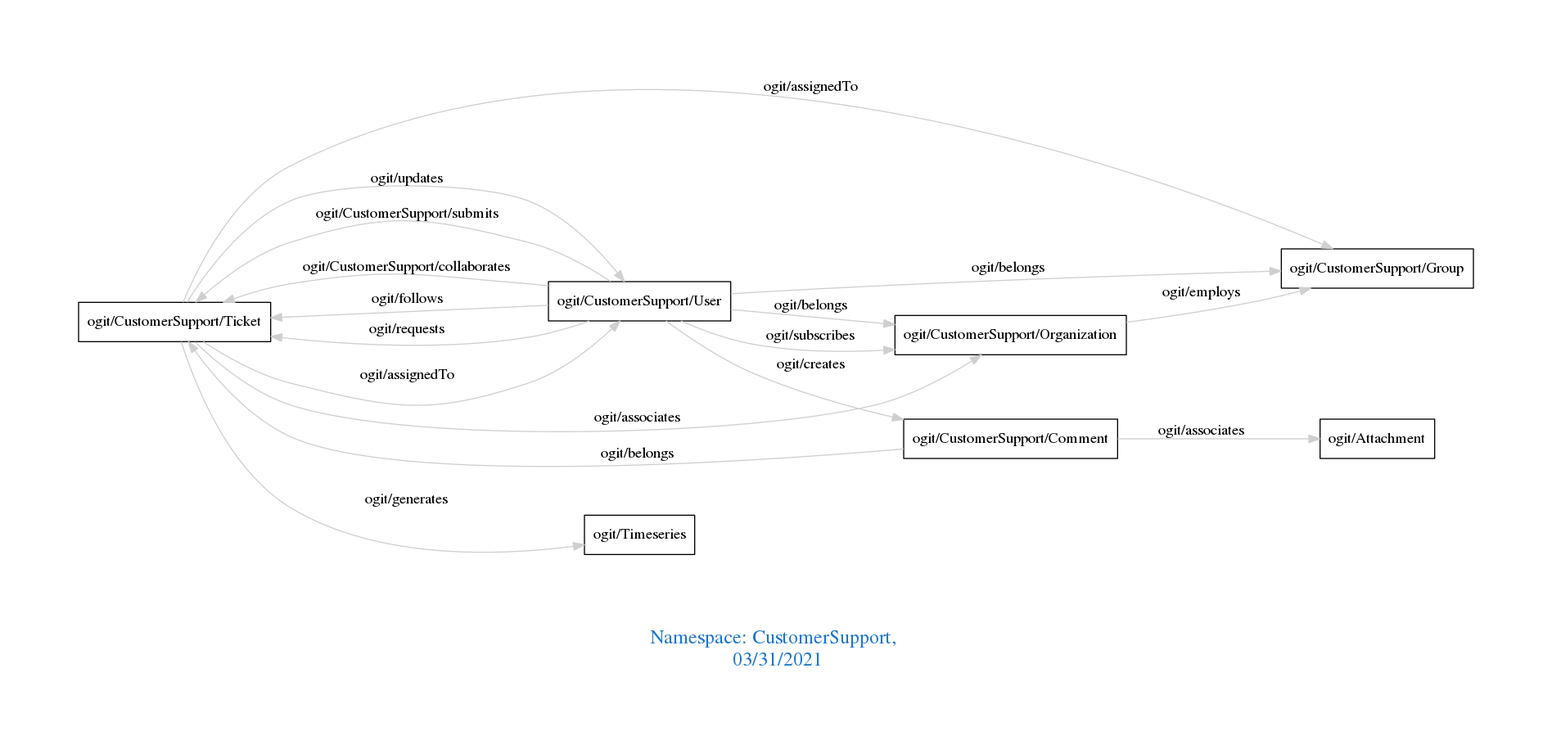
Above: downloads/CustomerSupport.png in arago/OGIT (Graphviz), before the change. Its source is kept beside it as downloads/CustomerSupport.dot.
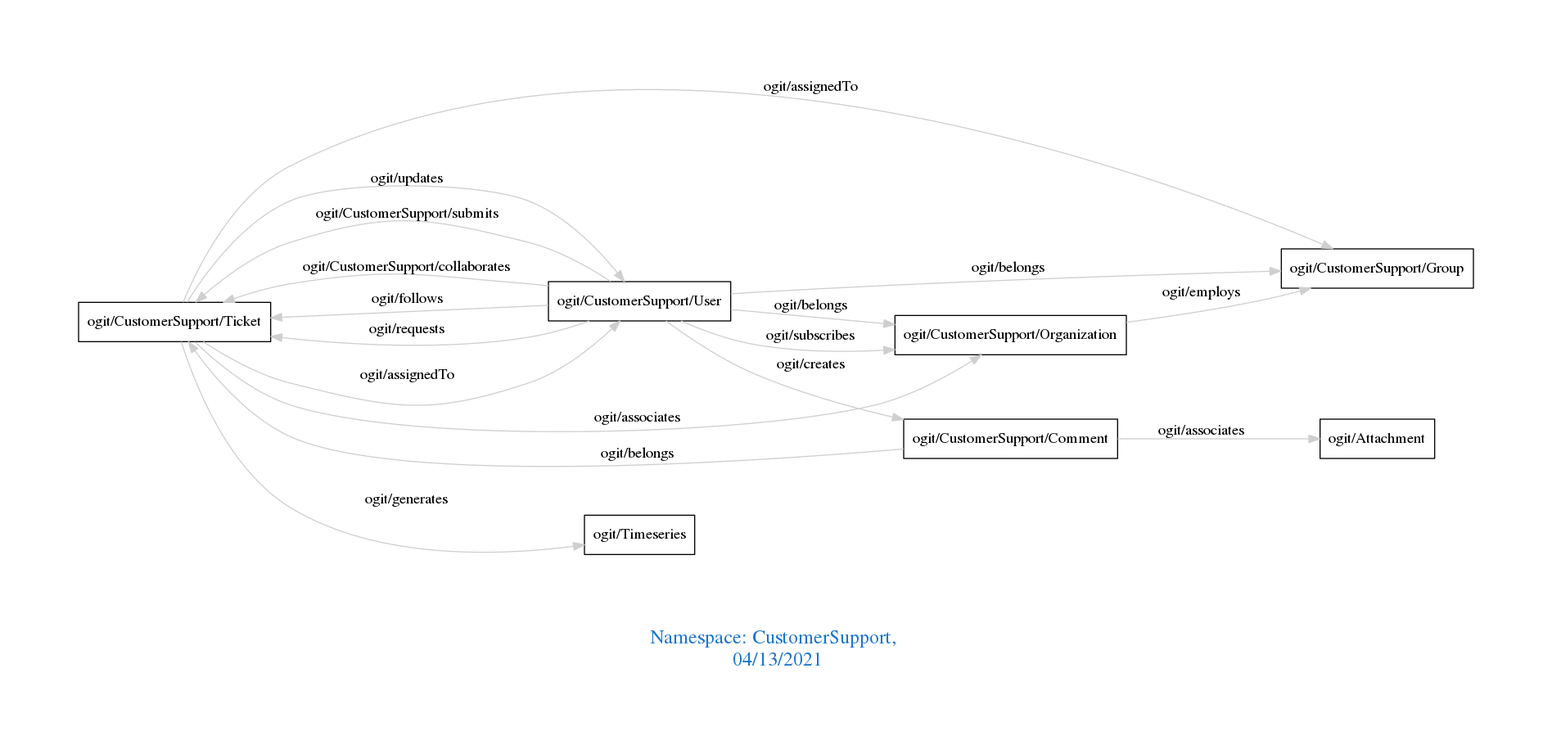
The same diagram one commit later.

Change to the diagram source:
```diff
@@ -1,7 +1,7 @@
 digraph OGIT_ontology {
  graph [ rankdir= LR,pad=1
 fontsize = 18,
-fontcolor= dodgerblue3,label = "\n\n\nNamespace: CustomerSupport, \n 03/31/2021"];
+fontcolor= dodgerblue3,label = "\n\n\nNamespace: CustomerSupport, \n 04/13/2021"];
 node[shape=polygon];
 edge [  color="gray81"];
 
```
